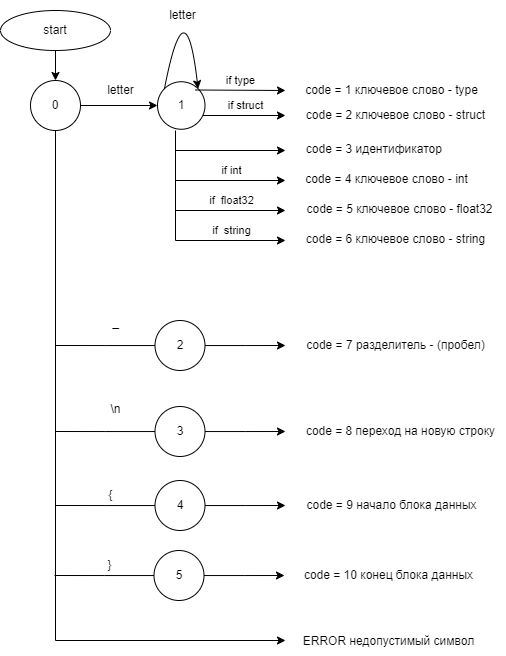
This is лек.png from Nikonoffcmi/Compiler, a draw.io export, as it was before one commit. Source tidied: cells renumbered, new cells last; positions are measured from the earlier drawing's top-left corner, leaving out a move shared by most shapes.
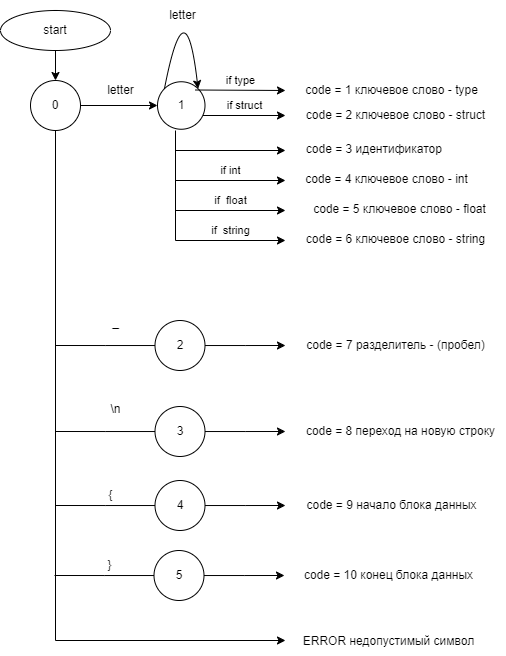
Later version of the same file.

Diff of the diagram source:
```diff
@@ -84,7 +84,7 @@
         <mxPoint x="285" y="230" as="targetPoint" />
       </mxGeometry>
     </mxCell>
-    <mxCell id="19" value="if&amp;nbsp; float32" style="edgeLabel;html=1;align=center;verticalAlign=middle;" parent="18" vertex="1">
+    <mxCell id="19" value="if&amp;nbsp; float" style="edgeLabel;html=1;align=center;verticalAlign=middle;" parent="18" vertex="1">
       <mxGeometry relative="1" as="geometry">
         <mxPoint y="-10" as="offset" />
       </mxGeometry>
@@ -118,8 +118,8 @@
     <mxCell id="26" value="code = 4 ключевое слово - int" style="text;html=1;align=center;verticalAlign=middle;strokeColor=none;fillColor=none;" parent="1" vertex="1">
       <mxGeometry x="291" y="184" width="190" height="30" as="geometry" />
     </mxCell>
-    <mxCell id="27" value="code = 5&amp;nbsp;ключевое слово - float32" style="text;html=1;align=center;verticalAlign=middle;strokeColor=none;fillColor=none;" parent="1" vertex="1">
-      <mxGeometry x="294" y="214" width="210" height="30" as="geometry" />
+    <mxCell id="27" value="code = 5&amp;nbsp;ключевое слово - float" style="text;html=1;align=center;verticalAlign=middle;strokeColor=none;fillColor=none;" parent="1" vertex="1">
+      <mxGeometry x="299" y="214" width="200" height="30" as="geometry" />
     </mxCell>
     <mxCell id="28" value="code = 6 ключевое слово - string" style="text;html=1;align=center;verticalAlign=middle;strokeColor=none;fillColor=none;" parent="1" vertex="1">
       <mxGeometry x="295" y="244" width="200" height="30" as="geometry" />
```
